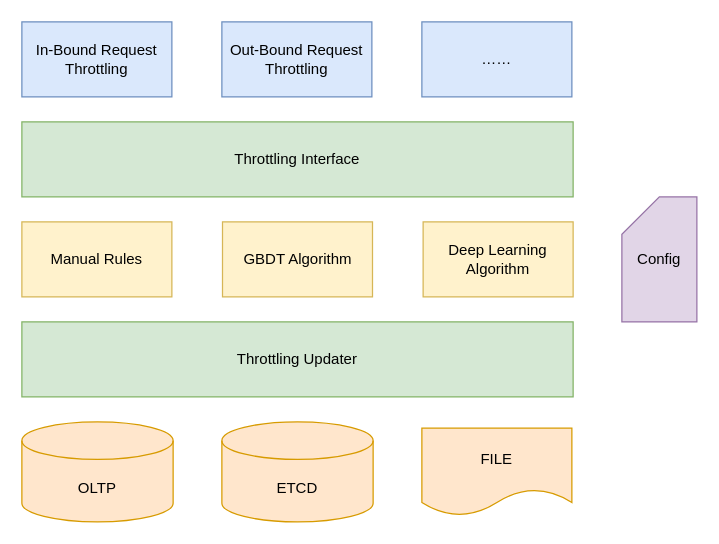
Above: page "traffic shaping overview" (5 of 5) of news.drawio in d0ngjun/drawio (draw.io), before the change. Source tidied: cells renumbered, new cells numbered last; positions are measured from the earlier drawing's top-left corner, leaving out a move shared by most shapes. Both pictures are drawn from the tidied source at 125%, with x=0, y=0 at pixel (21, 21).
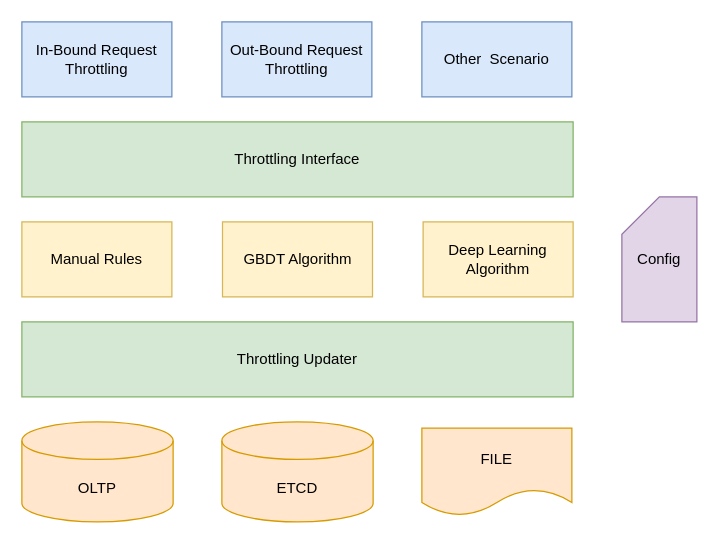
The same diagram, later.

Commit message:
add other scenario

The edit, as a diff of the source:
```diff
@@
 <mxGraphModel>
   <root>
     <mxCell id="0" />
     <mxCell id="1" parent="0" />
     <mxCell id="2" value="In-Bound Request Throttling" style="rounded=0;whiteSpace=wrap;html=1;fillColor=#dae8fc;strokeColor=#6c8ebf;" parent="1" vertex="1">
       <mxGeometry width="120" height="60" as="geometry" />
     </mxCell>
     <mxCell id="3" value="Out-Bound Request Throttling" style="rounded=0;whiteSpace=wrap;html=1;fillColor=#dae8fc;strokeColor=#6c8ebf;" parent="1" vertex="1">
       <mxGeometry x="160" width="120" height="60" as="geometry" />
     </mxCell>
-    <mxCell id="4" value="……" style="rounded=0;whiteSpace=wrap;html=1;fillColor=#dae8fc;strokeColor=#6c8ebf;" parent="1" vertex="1">
+    <mxCell id="4" value="Other &amp;nbsp;Scenario" style="rounded=0;whiteSpace=wrap;html=1;fillColor=#dae8fc;strokeColor=#6c8ebf;" parent="1" vertex="1">
       <mxGeometry x="320" width="120" height="60" as="geometry" />
     </mxCell>
     <mxCell id="5" value="ETCD" style="shape=cylinder3;whiteSpace=wrap;html=1;boundedLbl=1;backgroundOutline=1;size=15;fillColor=#ffe6cc;strokeColor=#d79b00;" parent="1" vertex="1">
       <mxGeometry x="160" y="320" width="121" height="80" as="geometry" />
     </mxCell>
     <mxCell id="6" value="Throttling Interface" style="rounded=0;whiteSpace=wrap;html=1;fillColor=#d5e8d4;strokeColor=#82b366;" parent="1" vertex="1">
       <mxGeometry y="80" width="441" height="60" as="geometry" />
     </mxCell>
     <mxCell id="7" value="Manual Rules" style="rounded=0;whiteSpace=wrap;html=1;fillColor=#fff2cc;strokeColor=#d6b656;" parent="1" vertex="1">
       <mxGeometry y="160" width="120" height="60" as="geometry" />
     </mxCell>
     <mxCell id="8" value="GBDT Algorithm" style="rounded=0;whiteSpace=wrap;html=1;fillColor=#fff2cc;strokeColor=#d6b656;" parent="1" vertex="1">
       <mxGeometry x="160.5" y="160" width="120" height="60" as="geometry" />
     </mxCell>
     <mxCell id="9" value="Deep Learning Algorithm" style="rounded=0;whiteSpace=wrap;html=1;fillColor=#fff2cc;strokeColor=#d6b656;" parent="1" vertex="1">
       <mxGeometry x="321" y="160" width="120" height="60" as="geometry" />
     </mxCell>
     <mxCell id="10" value="Throttling Updater" style="rounded=0;whiteSpace=wrap;html=1;fillColor=#d5e8d4;strokeColor=#82b366;" parent="1" vertex="1">
       <mxGeometry y="240" width="441" height="60" as="geometry" />
     </mxCell>
     <mxCell id="11" value="OLTP" style="shape=cylinder3;whiteSpace=wrap;html=1;boundedLbl=1;backgroundOutline=1;size=15;fillColor=#ffe6cc;strokeColor=#d79b00;" parent="1" vertex="1">
       <mxGeometry y="320" width="121" height="80" as="geometry" />
     </mxCell>
     <mxCell id="12" value="FILE" style="shape=document;whiteSpace=wrap;html=1;boundedLbl=1;fillColor=#ffe6cc;strokeColor=#d79b00;" parent="1" vertex="1">
       <mxGeometry x="320" y="325" width="120" height="70" as="geometry" />
     </mxCell>
     <mxCell id="13" value="Config" style="shape=card;whiteSpace=wrap;html=1;fillColor=#e1d5e7;strokeColor=#9673a6;" parent="1" vertex="1">
       <mxGeometry x="480" y="140" width="60" height="100" as="geometry" />
     </mxCell>
     <mxCell id="14" style="edgeStyle=orthogonalEdgeStyle;rounded=0;orthogonalLoop=1;jettySize=auto;html=1;exitX=0.5;exitY=1;exitDx=0;exitDy=0;exitPerimeter=0;" parent="1" edge="1" source="13" target="13">
       <mxGeometry relative="1" as="geometry" />
     </mxCell>
   </root>
 </mxGraphModel>
```
